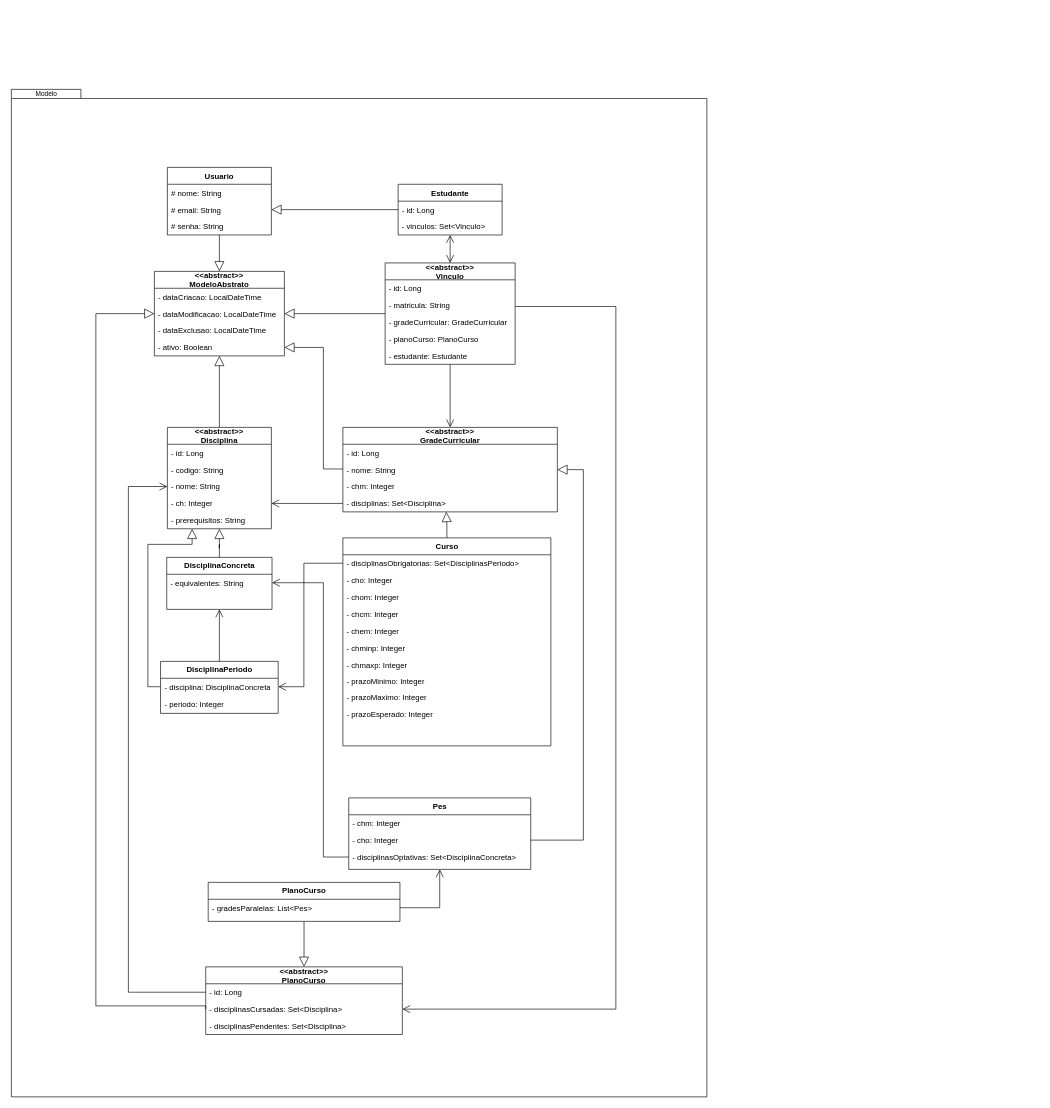
arturo32/PODE keeps this draw.io diagram as page "Modelo (app 1)" (3 of 8) of planejamento/modelagem/Temp.drawio. Above is the earlier version. Source tidied: cells renumbered, new cells numbered last; positions are measured from the earlier drawing's top-left corner, leaving out a move shared by most shapes. Both pictures are drawn from the tidied source at 65%, with x=0, y=0 at pixel (11, 11).
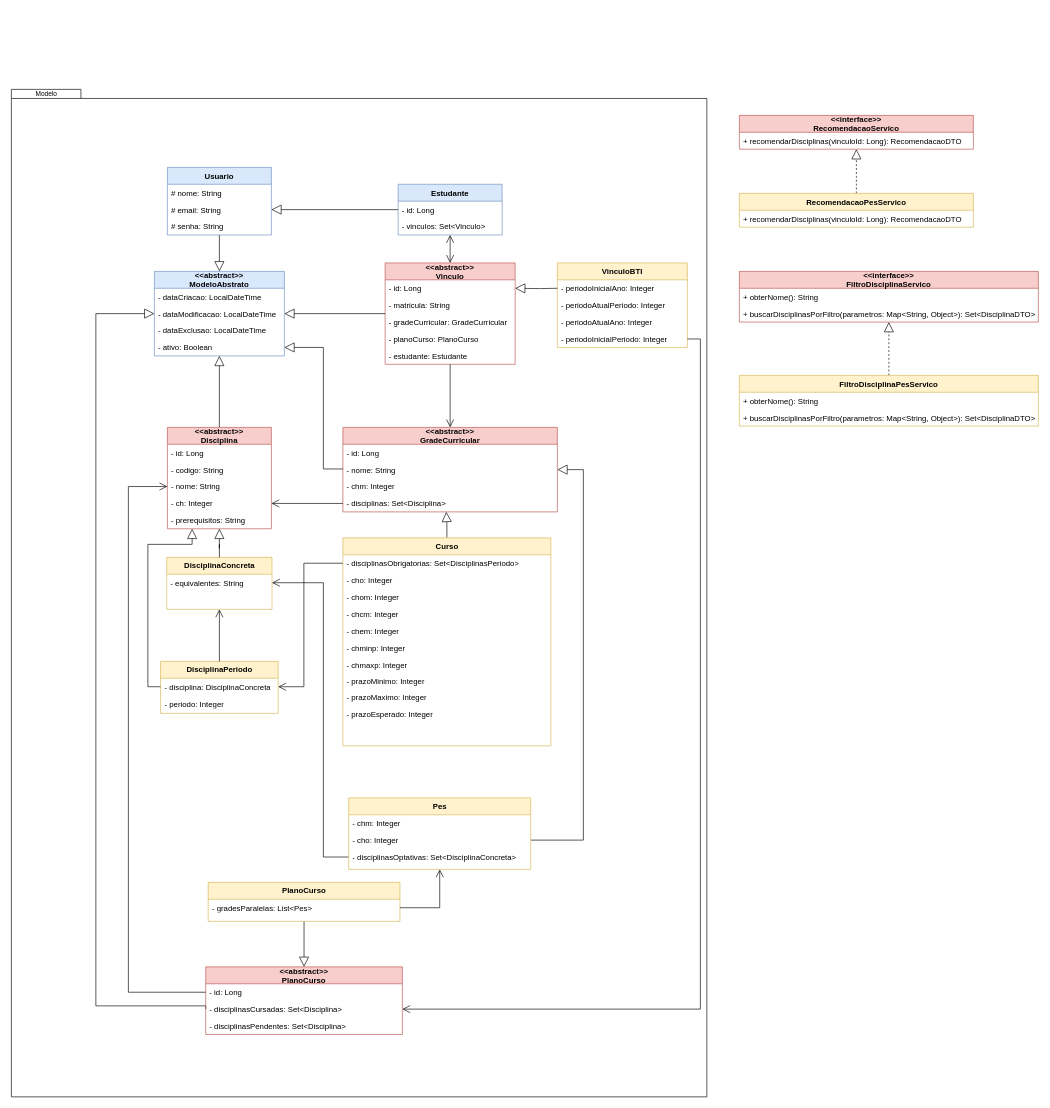
The same diagram, later.

The change refers to these unchanged cells:
```xml
<mxCell id="2" style="group;" parent="1" vertex="1">
  <mxGeometry x="10" width="1090" height="1670" as="geometry" />
</mxCell>
<mxCell id="45" value="- disciplinasCursadas: Set&lt;Disciplina&gt;" style="text;strokeColor=none;fillColor=none;align=left;verticalAlign=top;spacingLeft=4;spacingRight=4;overflow=hidden;points=[[0,0.5],[1,0.5]];portConstraint=eastwest;rounded=0;shadow=0;glass=0;sketch=0;fontFamily=Helvetica;fontStyle=0;" parent="43" vertex="1">
  <mxGeometry y="52" width="302.5" height="26" as="geometry" />
</mxCell>
```

What changed in the source:
```diff
@@
-    <mxCell id="4" value="&lt;&lt;abstract&gt;&gt;&#10;ModeloAbstrato" style="swimlane;fontStyle=1;align=center;verticalAlign=middle;horizontal=1;startSize=26;rounded=0;shadow=0;glass=0;sketch=0;whiteSpace=wrap;fontFamily=Helvetica;" parent="2" vertex="1">
+    <mxCell id="4" value="&lt;&lt;abstract&gt;&gt;&#10;ModeloAbstrato" style="swimlane;fontStyle=1;align=center;verticalAlign=middle;horizontal=1;startSize=26;rounded=0;shadow=0;glass=0;sketch=0;whiteSpace=wrap;fontFamily=Helvetica;fillColor=#dae8fc;strokeColor=#6c8ebf;" parent="2" vertex="1">
       <mxGeometry x="210" y="400" width="200" height="130" as="geometry" />
     </mxCell>
@@
-    <mxCell id="9" value="&lt;&lt;abstract&gt;&gt;&#10;Vinculo" style="swimlane;fontStyle=1;align=center;verticalAlign=middle;horizontal=1;startSize=26;rounded=0;shadow=0;glass=0;sketch=0;fontFamily=Helvetica;" parent="2" vertex="1">
+    <mxCell id="9" value="&lt;&lt;abstract&gt;&gt;&#10;Vinculo" style="swimlane;fontStyle=1;align=center;verticalAlign=middle;horizontal=1;startSize=26;rounded=0;shadow=0;glass=0;sketch=0;fontFamily=Helvetica;fillColor=#f8cecc;strokeColor=#b85450;" parent="2" vertex="1">
       <mxGeometry x="565" y="387" width="200" height="156" as="geometry" />
     </mxCell>
@@
-    <mxCell id="16" value="&lt;div style=&quot;font-size: 12px&quot;&gt;&lt;span&gt;DisciplinaPeriodo&lt;/span&gt;&lt;/div&gt;" style="swimlane;html=1;fontStyle=1;horizontal=1;startSize=26;fillColor=none;swimlaneFillColor=#ffffff;rounded=0;shadow=0;comic=0;labelBackgroundColor=none;strokeWidth=1;fontFamily=Helvetica;fontSize=10;align=center;" parent="2" vertex="1">
+    <mxCell id="16" value="&lt;div style=&quot;font-size: 12px&quot;&gt;&lt;span&gt;DisciplinaPeriodo&lt;/span&gt;&lt;/div&gt;" style="swimlane;html=1;fontStyle=1;horizontal=1;startSize=26;fillColor=#fff2cc;swimlaneFillColor=#ffffff;rounded=0;shadow=0;comic=0;labelBackgroundColor=none;strokeWidth=1;fontFamily=Helvetica;fontSize=10;align=center;strokeColor=#d6b656;" parent="2" vertex="1">
       <mxGeometry x="219.5" y="1000" width="181" height="80" as="geometry" />
     </mxCell>
@@
-    <mxCell id="19" value="&lt;div style=&quot;font-size: 12px&quot;&gt;&lt;span&gt;DisciplinaConcreta&lt;/span&gt;&lt;/div&gt;" style="swimlane;html=1;fontStyle=1;horizontal=1;startSize=26;fillColor=none;swimlaneFillColor=#ffffff;rounded=0;shadow=0;comic=0;labelBackgroundColor=none;strokeWidth=1;fontFamily=Helvetica;fontSize=10;align=center;" parent="2" vertex="1">
+    <mxCell id="19" value="&lt;div style=&quot;font-size: 12px&quot;&gt;&lt;span&gt;DisciplinaConcreta&lt;/span&gt;&lt;/div&gt;" style="swimlane;html=1;fontStyle=1;horizontal=1;startSize=26;fillColor=#fff2cc;swimlaneFillColor=#ffffff;rounded=0;shadow=0;comic=0;labelBackgroundColor=none;strokeWidth=1;fontFamily=Helvetica;fontSize=10;align=center;strokeColor=#d6b656;" parent="2" vertex="1">
       <mxGeometry x="229" y="840" width="162" height="80" as="geometry" />
     </mxCell>
@@
-    <mxCell id="22" value="&lt;&lt;abstract&gt;&gt;&#10;GradeCurricular" style="swimlane;fontStyle=1;align=center;verticalAlign=middle;horizontal=1;startSize=26;rounded=0;shadow=0;glass=0;sketch=0;fontFamily=Helvetica;" parent="2" vertex="1">
+    <mxCell id="22" value="&lt;&lt;abstract&gt;&gt;&#10;GradeCurricular" style="swimlane;fontStyle=1;align=center;verticalAlign=middle;horizontal=1;startSize=26;rounded=0;shadow=0;glass=0;sketch=0;fontFamily=Helvetica;fillColor=#f8cecc;strokeColor=#b85450;" parent="2" vertex="1">
       <mxGeometry x="500" y="640" width="330" height="130" as="geometry" />
     </mxCell>
@@
-    <mxCell id="29" value="Estudante" style="swimlane;fontStyle=1;align=center;verticalAlign=top;horizontal=1;startSize=26;rounded=0;shadow=0;glass=0;sketch=0;fontFamily=Helvetica;" parent="2" vertex="1">
+    <mxCell id="29" value="Estudante" style="swimlane;fontStyle=1;align=center;verticalAlign=top;horizontal=1;startSize=26;rounded=0;shadow=0;glass=0;sketch=0;fontFamily=Helvetica;fillColor=#dae8fc;strokeColor=#6c8ebf;" parent="2" vertex="1">
       <mxGeometry x="585" y="266" width="160" height="78" as="geometry" />
     </mxCell>
@@
+    <mxCell id="80" value="VinculoBTI" style="swimlane;fontStyle=1;align=center;verticalAlign=middle;horizontal=1;startSize=26;rounded=0;shadow=0;glass=0;sketch=0;fontFamily=Helvetica;fillColor=#fff2cc;strokeColor=#d6b656;" parent="2" vertex="1">
+      <mxGeometry x="830" y="387" width="200" height="130" as="geometry" />
+    </mxCell>
+    <mxCell id="81" value="- periodoInicialAno: Integer" style="text;strokeColor=none;fillColor=none;align=left;verticalAlign=top;spacingLeft=4;spacingRight=4;overflow=hidden;rounded=0;shadow=0;glass=0;sketch=0;" parent="80" vertex="1">
+      <mxGeometry y="26" width="200" height="26" as="geometry" />
+    </mxCell>
+    <mxCell id="82" value="- periodoAtualPeriodo: Integer" style="text;strokeColor=none;fillColor=none;align=left;verticalAlign=top;spacingLeft=4;spacingRight=4;overflow=hidden;rounded=0;shadow=0;glass=0;sketch=0;" parent="80" vertex="1">
+      <mxGeometry y="52" width="200" height="26" as="geometry" />
+    </mxCell>
+    <mxCell id="83" value="- periodoAtualAno: Integer" style="text;strokeColor=none;fillColor=none;align=left;verticalAlign=top;spacingLeft=4;spacingRight=4;overflow=hidden;rounded=0;shadow=0;glass=0;sketch=0;" parent="80" vertex="1">
+      <mxGeometry y="78" width="200" height="26" as="geometry" />
+    </mxCell>
+    <mxCell id="84" value="- periodoInicialPeriodo: Integer" style="text;strokeColor=none;fillColor=none;align=left;verticalAlign=top;spacingLeft=4;spacingRight=4;overflow=hidden;points=[[0,0.5],[1,0.5]];portConstraint=eastwest;rounded=0;shadow=0;glass=0;sketch=0;" parent="80" vertex="1">
+      <mxGeometry y="104" width="200" height="26" as="geometry" />
+    </mxCell>
+    <mxCell id="85" style="edgeStyle=orthogonalEdgeStyle;rounded=0;jettySize=auto;html=1;exitX=0;exitY=0.5;exitDx=0;exitDy=0;entryX=1;entryY=0.25;entryDx=0;entryDy=0;fontSize=11;fontStyle=1;strokeWidth=1;endFill=0;endArrow=block;endSize=13;startFill=0;startSize=10;" parent="2" edge="1" target="9">
+      <mxGeometry relative="1" as="geometry">
+        <mxPoint x="830" y="426" as="sourcePoint" />
+      </mxGeometry>
+    </mxCell>
@@
-    <mxCell id="35" value="Usuario" style="swimlane;fontStyle=1;align=center;verticalAlign=top;horizontal=1;startSize=26;rounded=0;shadow=0;glass=0;sketch=0;fontFamily=Helvetica;" parent="1" vertex="1">
+    <mxCell id="35" value="Usuario" style="swimlane;fontStyle=1;align=center;verticalAlign=top;horizontal=1;startSize=26;rounded=0;shadow=0;glass=0;sketch=0;fontFamily=Helvetica;fillColor=#dae8fc;strokeColor=#6c8ebf;" parent="1" vertex="1">
       <mxGeometry x="240" y="240" width="160" height="104" as="geometry" />
     </mxCell>
@@
-    <mxCell id="40" style="edgeStyle=orthogonalEdgeStyle;rounded=0;jettySize=auto;html=1;startArrow=none;startFill=0;endArrow=open;endFill=0;startSize=10;endSize=10;strokeWidth=1;entryX=1;entryY=0.5;entryDx=0;entryDy=0;fontFamily=Helvetica;fontStyle=1;" parent="1" edge="1" source="9" target="45">
+    <mxCell id="40" style="edgeStyle=orthogonalEdgeStyle;rounded=0;jettySize=auto;html=1;startArrow=none;startFill=0;endArrow=open;endFill=0;startSize=10;endSize=10;strokeWidth=1;entryX=1;entryY=0.5;entryDx=0;entryDy=0;fontFamily=Helvetica;fontStyle=1;exitX=1;exitY=0.5;exitDx=0;exitDy=0;" parent="1" edge="1" source="84" target="45">
       <mxGeometry relative="1" as="geometry">
         <Array as="points">
-          <mxPoint x="930" y="454" />
-          <mxPoint x="930" y="1535" />
+          <mxPoint x="1060" y="504" />
+          <mxPoint x="1060" y="1535" />
         </Array>
       </mxGeometry>
     </mxCell>
@@
-    <mxCell id="43" value="&lt;&lt;abstract&gt;&gt;&#10;PlanoCurso" style="swimlane;fontStyle=1;align=center;verticalAlign=middle;horizontal=1;startSize=26;rounded=0;shadow=0;glass=0;sketch=0;fontFamily=Helvetica;" parent="1" vertex="1">
+    <mxCell id="43" value="&lt;&lt;abstract&gt;&gt;&#10;PlanoCurso" style="swimlane;fontStyle=1;align=center;verticalAlign=middle;horizontal=1;startSize=26;rounded=0;shadow=0;glass=0;sketch=0;fontFamily=Helvetica;fillColor=#f8cecc;strokeColor=#b85450;" parent="1" vertex="1">
       <mxGeometry x="299" y="1470" width="302.5" height="104" as="geometry" />
     </mxCell>
@@
-    <mxCell id="48" value="&lt;&lt;abstract&gt;&gt;&#10;Disciplina" style="swimlane;fontStyle=1;align=center;verticalAlign=middle;horizontal=1;startSize=26;rounded=0;shadow=0;glass=0;sketch=0;spacing=0;fontFamily=Helvetica;" parent="1" vertex="1">
+    <mxCell id="48" value="&lt;&lt;abstract&gt;&gt;&#10;Disciplina" style="swimlane;fontStyle=1;align=center;verticalAlign=middle;horizontal=1;startSize=26;rounded=0;shadow=0;glass=0;sketch=0;spacing=0;fontFamily=Helvetica;fillColor=#f8cecc;strokeColor=#b85450;" parent="1" vertex="1">
       <mxGeometry x="240" y="640" width="160" height="156" as="geometry" />
     </mxCell>
@@
-    <mxCell id="56" value="Curso" style="swimlane;html=1;fontStyle=1;horizontal=1;startSize=26;fillColor=none;swimlaneFillColor=#ffffff;rounded=0;shadow=0;comic=0;labelBackgroundColor=none;strokeWidth=1;fontFamily=Helvetica;fontSize=12;align=center;" parent="1" vertex="1">
+    <mxCell id="56" value="Curso" style="swimlane;html=1;fontStyle=1;horizontal=1;startSize=26;fillColor=#fff2cc;swimlaneFillColor=#ffffff;rounded=0;shadow=0;comic=0;labelBackgroundColor=none;strokeWidth=1;fontFamily=Helvetica;fontSize=12;align=center;strokeColor=#d6b656;" parent="1" vertex="1">
       <mxGeometry x="510" y="810" width="320" height="320" as="geometry" />
     </mxCell>
@@
-    <mxCell id="70" value="&lt;div style=&quot;font-size: 12px&quot;&gt;&lt;span&gt;PlanoCurso&lt;/span&gt;&lt;/div&gt;" style="swimlane;html=1;fontStyle=1;horizontal=1;startSize=26;fillColor=none;swimlaneFillColor=#ffffff;rounded=0;shadow=0;comic=0;labelBackgroundColor=none;strokeWidth=1;fontFamily=Helvetica;fontSize=10;align=center;" parent="1" vertex="1">
+    <mxCell id="70" value="&lt;div style=&quot;font-size: 12px&quot;&gt;&lt;span&gt;PlanoCurso&lt;/span&gt;&lt;/div&gt;" style="swimlane;html=1;fontStyle=1;horizontal=1;startSize=26;fillColor=#fff2cc;swimlaneFillColor=#ffffff;rounded=0;shadow=0;comic=0;labelBackgroundColor=none;strokeWidth=1;fontFamily=Helvetica;fontSize=10;align=center;strokeColor=#d6b656;" parent="1" vertex="1">
       <mxGeometry x="302.8" y="1340" width="295" height="60" as="geometry" />
     </mxCell>
@@
-    <mxCell id="74" value="&lt;div style=&quot;font-size: 12px&quot;&gt;&lt;span&gt;Pes&lt;/span&gt;&lt;/div&gt;" style="swimlane;html=1;fontStyle=1;horizontal=1;startSize=26;fillColor=none;swimlaneFillColor=#ffffff;rounded=0;shadow=0;comic=0;labelBackgroundColor=none;strokeWidth=1;fontFamily=Helvetica;fontSize=10;align=center;" parent="1" vertex="1">
+    <mxCell id="74" value="&lt;div style=&quot;font-size: 12px&quot;&gt;&lt;span&gt;Pes&lt;/span&gt;&lt;/div&gt;" style="swimlane;html=1;fontStyle=1;horizontal=1;startSize=26;fillColor=#fff2cc;swimlaneFillColor=#ffffff;rounded=0;shadow=0;comic=0;labelBackgroundColor=none;strokeWidth=1;fontFamily=Helvetica;fontSize=10;align=center;strokeColor=#d6b656;" parent="1" vertex="1">
       <mxGeometry x="519" y="1210" width="280" height="110" as="geometry" />
     </mxCell>
@@
+    <mxCell id="86" value="&lt;&lt;interface&gt;&gt;&#10;RecomendacaoServico" style="swimlane;fontStyle=1;align=center;verticalAlign=middle;horizontal=1;startSize=26;fontSize=12;fillColor=#f8cecc;strokeColor=#b85450;" parent="1" vertex="1">
+      <mxGeometry x="1120" y="160" width="360" height="52" as="geometry" />
+    </mxCell>
+    <mxCell id="87" value="+ recomendarDisciplinas(vinculoId: Long): RecomendacaoDTO" style="text;strokeColor=none;fillColor=none;align=left;verticalAlign=top;spacingLeft=4;spacingRight=4;overflow=hidden;fontSize=12;" parent="86" vertex="1">
+      <mxGeometry y="26" width="360" height="26" as="geometry" />
+    </mxCell>
+    <mxCell id="88" value="&lt;&lt;interface&gt;&gt;&#10;FiltroDisciplinaServico" style="swimlane;fontStyle=1;align=center;verticalAlign=middle;horizontal=1;startSize=26;fontSize=12;fillColor=#f8cecc;strokeColor=#b85450;" parent="1" vertex="1">
+      <mxGeometry x="1120" y="400" width="460" height="78" as="geometry" />
+    </mxCell>
+    <mxCell id="89" value="+ obterNome(): String" style="text;strokeColor=none;fillColor=none;align=left;verticalAlign=top;spacingLeft=4;spacingRight=4;overflow=hidden;fontSize=12;" parent="88" vertex="1">
+      <mxGeometry y="26" width="460" height="26" as="geometry" />
+    </mxCell>
+    <mxCell id="90" value="+ buscarDisciplinasPorFiltro(parametros: Map&lt;String, Object&gt;): Set&lt;DisciplinaDTO&gt;" style="text;strokeColor=none;fillColor=none;align=left;verticalAlign=top;spacingLeft=4;spacingRight=4;overflow=hidden;fontSize=12;" parent="88" vertex="1">
+      <mxGeometry y="52" width="460" height="26" as="geometry" />
+    </mxCell>
+    <mxCell id="91" style="edgeStyle=orthogonalEdgeStyle;rounded=0;jettySize=auto;html=1;entryX=0.5;entryY=1;entryDx=0;entryDy=0;fontSize=11;fontStyle=1;strokeWidth=1;endFill=0;endArrow=block;endSize=13;startSize=10;dashed=1;" parent="1" edge="1" source="92" target="86">
+      <mxGeometry relative="1" as="geometry" />
+    </mxCell>
+    <mxCell id="92" value="RecomendacaoPesServico" style="swimlane;fontStyle=1;align=center;verticalAlign=middle;horizontal=1;startSize=26;fontSize=12;fillColor=#fff2cc;strokeColor=#d6b656;" parent="1" vertex="1">
+      <mxGeometry x="1120" y="280" width="360" height="52" as="geometry" />
+    </mxCell>
+    <mxCell id="93" value="+ recomendarDisciplinas(vinculoId: Long): RecomendacaoDTO" style="text;strokeColor=none;fillColor=none;align=left;verticalAlign=top;spacingLeft=4;spacingRight=4;overflow=hidden;fontSize=12;" parent="92" vertex="1">
+      <mxGeometry y="26" width="360" height="26" as="geometry" />
+    </mxCell>
+    <mxCell id="94" style="edgeStyle=orthogonalEdgeStyle;rounded=0;jettySize=auto;html=1;entryX=0.5;entryY=1;entryDx=0;entryDy=0;dashed=1;fontSize=11;fontStyle=1;strokeWidth=1;endFill=0;endArrow=block;endSize=13;startSize=10;" parent="1" edge="1" source="95" target="88">
+      <mxGeometry relative="1" as="geometry" />
+    </mxCell>
+    <mxCell id="95" value="FiltroDisciplinaPesServico" style="swimlane;fontStyle=1;align=center;verticalAlign=middle;horizontal=1;startSize=26;fontSize=12;fillColor=#fff2cc;strokeColor=#d6b656;" parent="1" vertex="1">
+      <mxGeometry x="1120" y="560" width="460" height="78" as="geometry" />
+    </mxCell>
+    <mxCell id="96" value="+ obterNome(): String" style="text;strokeColor=none;fillColor=none;align=left;verticalAlign=top;spacingLeft=4;spacingRight=4;overflow=hidden;fontSize=12;" parent="95" vertex="1">
+      <mxGeometry y="26" width="460" height="26" as="geometry" />
+    </mxCell>
+    <mxCell id="97" value="+ buscarDisciplinasPorFiltro(parametros: Map&lt;String, Object&gt;): Set&lt;DisciplinaDTO&gt;" style="text;strokeColor=none;fillColor=none;align=left;verticalAlign=top;spacingLeft=4;spacingRight=4;overflow=hidden;fontSize=12;" parent="95" vertex="1">
+      <mxGeometry y="52" width="460" height="26" as="geometry" />
+    </mxCell>
```
